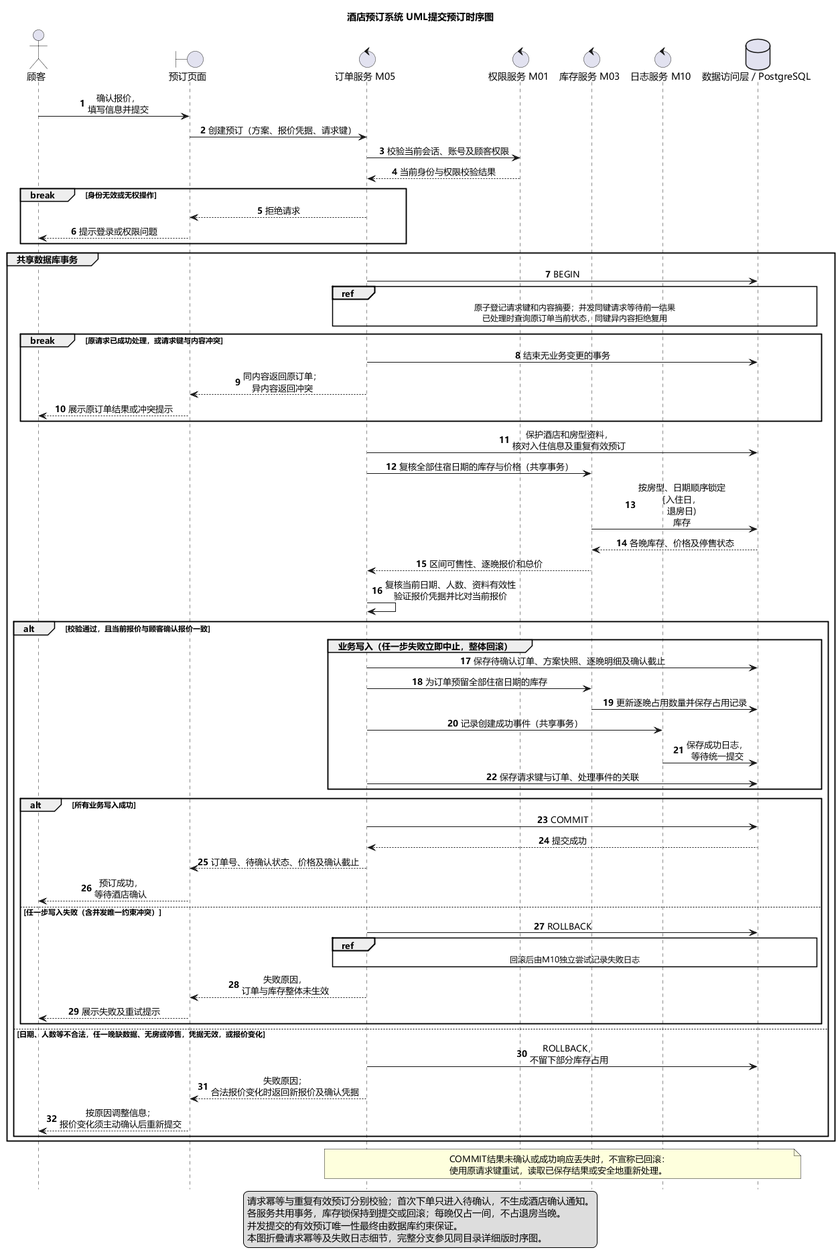
The PlantUML diagram 实验二/UML/UML提交预订时序图.png in guyuezheng18-cell/-hotel-booking-labs, before a commit.
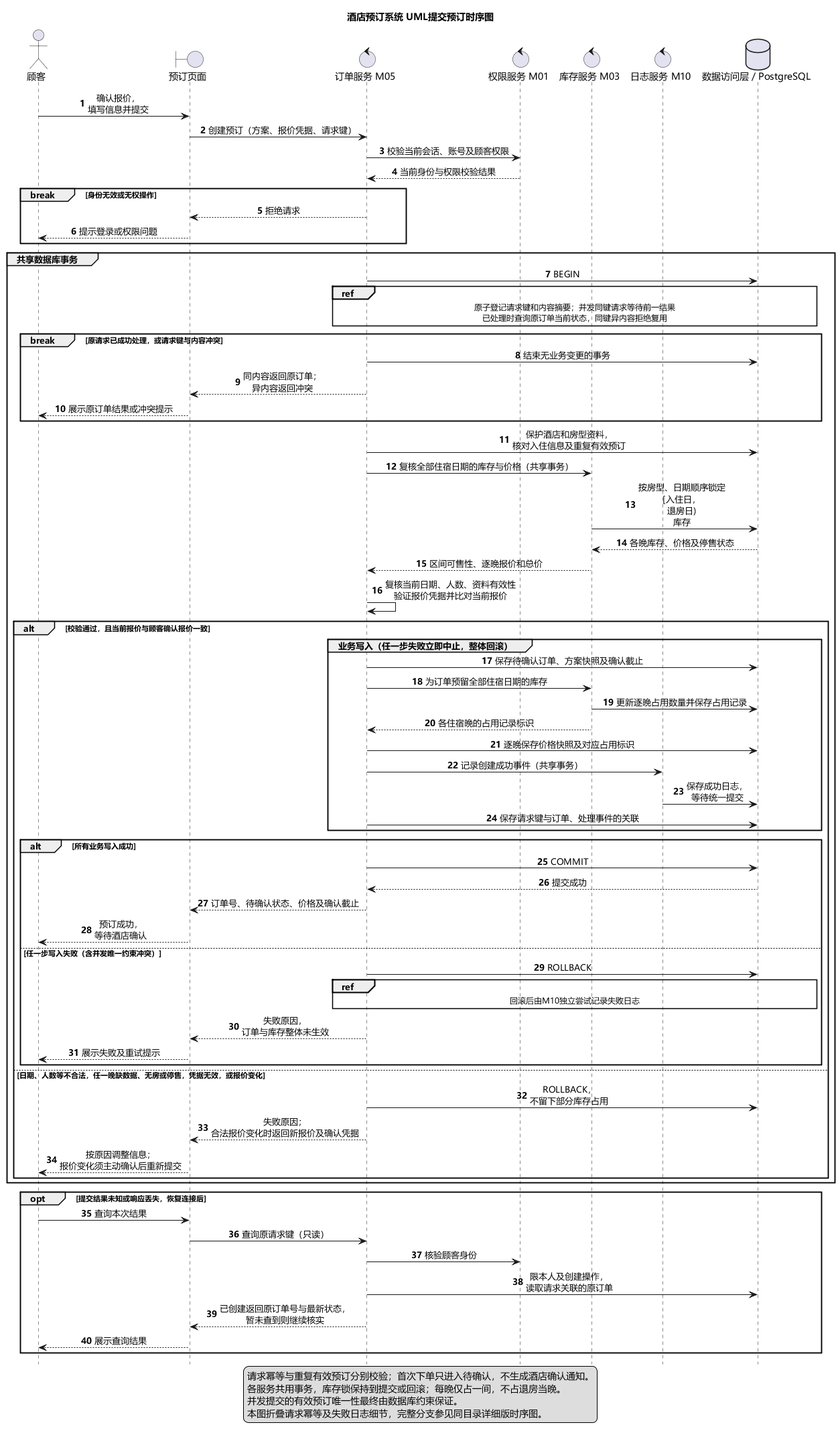
The same file after the commit.

What changed in the source:
```diff
@@ -45,9 +45,11 @@
 
   alt 校验通过，且当前报价与顾客确认报价一致
     group 业务写入（任一步失败立即中止，整体回滚）
-      Order -> DB : 保存待确认订单、方案快照、逐晚明细及确认截止
+      Order -> DB : 保存待确认订单、方案快照及确认截止
       Order -> Stock : 为订单预留全部住宿日期的库存
       Stock -> DB : 更新逐晚占用数量并保存占用记录
+      Stock --> Order : 各住宿晚的占用记录标识
+      Order -> DB : 逐晚保存价格快照及对应占用标识
       Order -> Audit : 记录创建成功事件（共享事务）
       Audit -> DB : 保存成功日志，等待统一提交
       Order -> DB : 保存请求键与订单、处理事件的关联
@@ -71,10 +73,14 @@
   end
 end
 
-note over Order, DB
-  COMMIT结果未确认或成功响应丢失时，不宣称已回滚：
-  使用原请求键重试，读取已保存结果或安全地重新处理。
-end note
+opt 提交结果未知或响应丢失，恢复连接后
+  Customer -> Web : 查询本次结果
+  Web -> Order : 查询原请求键（只读）
+  Order -> Auth : 核验顾客身份
+  Order -> DB : 限本人及创建操作，读取请求关联的原订单
+  Order --> Web : 已创建返回原订单号与最新状态，暂未查到则继续核实
+  Web --> Customer : 展示查询结果
+end
 
 legend bottom
   请求幂等与重复有效预订分别校验；首次下单只进入待确认，不生成酒店确认通知。
```
